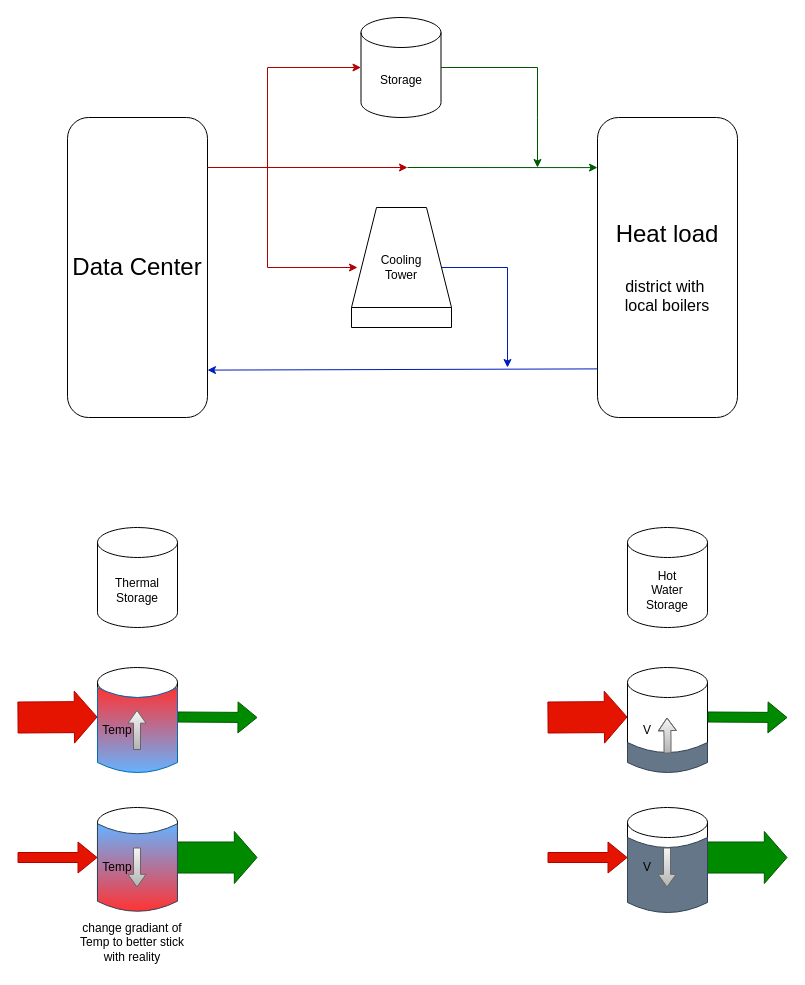
Earlier version of the draw.io diagram First_draft.drawio (Maxime-samoey-ulb/master_thesis_202425). Source tidied: cells renumbered, new cells numbered last; positions are measured from the earlier drawing's top-left corner, leaving out a move shared by most shapes. Both pictures are drawn from the tidied source at 100%, with x=0, y=0 at pixel (17, 17).
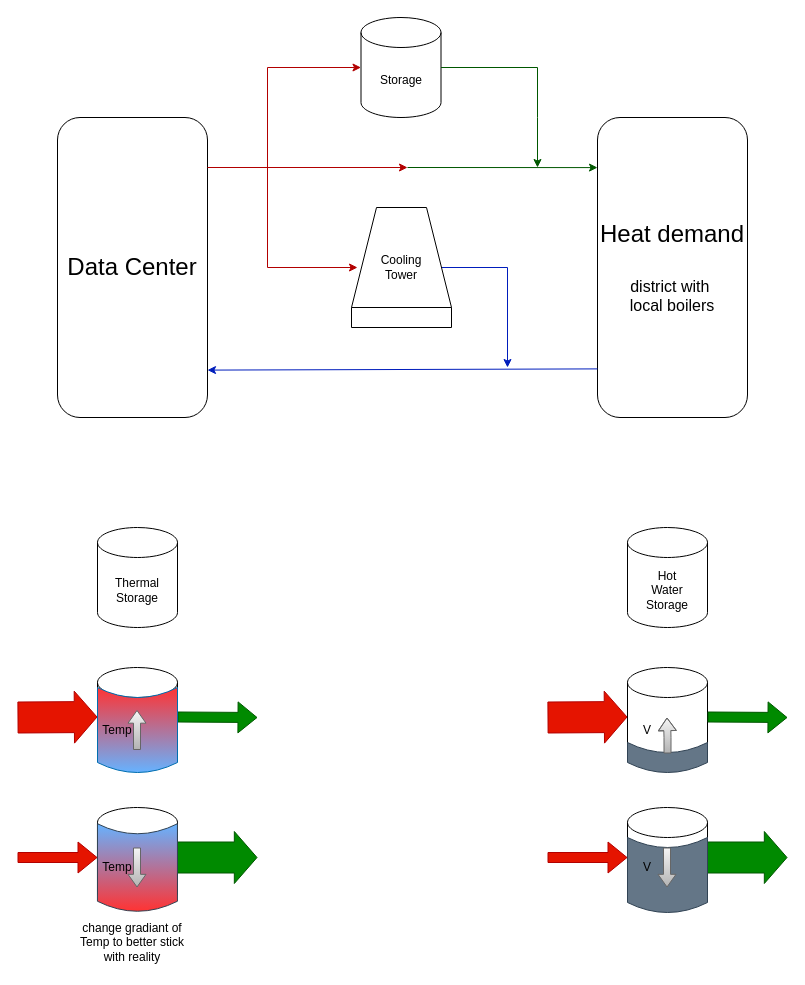
The same diagram, later.

Commit message:
Mettre à jour First_draft.drawio

Change to the diagram source:
```diff
@@
     <mxCell id="2" value="&lt;font style=&quot;font-size: 24px;&quot;&gt;Data Center&lt;/font&gt;" style="rounded=1;whiteSpace=wrap;html=1;" parent="1" vertex="1">
-      <mxGeometry x="50" y="100" width="140" height="300" as="geometry" />
+      <mxGeometry x="40" y="100" width="150" height="300" as="geometry" />
     </mxCell>
@@
-    <mxCell id="4" value="&lt;font style=&quot;font-size: 24px;&quot;&gt;Heat load&lt;/font&gt;&lt;div&gt;&lt;font style=&quot;font-size: 24px;&quot;&gt;&lt;br&gt;&lt;/font&gt;&lt;/div&gt;&lt;div&gt;&lt;span style=&quot;font-size: 16px;&quot;&gt;district with&amp;nbsp;&lt;/span&gt;&lt;/div&gt;&lt;div&gt;&lt;span style=&quot;font-size: 16px;&quot;&gt;local boilers&lt;/span&gt;&lt;/div&gt;" style="rounded=1;whiteSpace=wrap;html=1;" parent="1" vertex="1">
-      <mxGeometry x="580" y="100" width="140" height="300" as="geometry" />
+    <mxCell id="4" value="&lt;font style=&quot;font-size: 24px;&quot;&gt;Heat demand&lt;/font&gt;&lt;div&gt;&lt;font style=&quot;font-size: 24px;&quot;&gt;&lt;br&gt;&lt;/font&gt;&lt;/div&gt;&lt;div&gt;&lt;span style=&quot;font-size: 16px;&quot;&gt;district with&amp;nbsp;&lt;/span&gt;&lt;/div&gt;&lt;div&gt;&lt;span style=&quot;font-size: 16px;&quot;&gt;local boilers&lt;/span&gt;&lt;/div&gt;" style="rounded=1;whiteSpace=wrap;html=1;" parent="1" vertex="1">
+      <mxGeometry x="580" y="100" width="150" height="300" as="geometry" />
     </mxCell>
```
